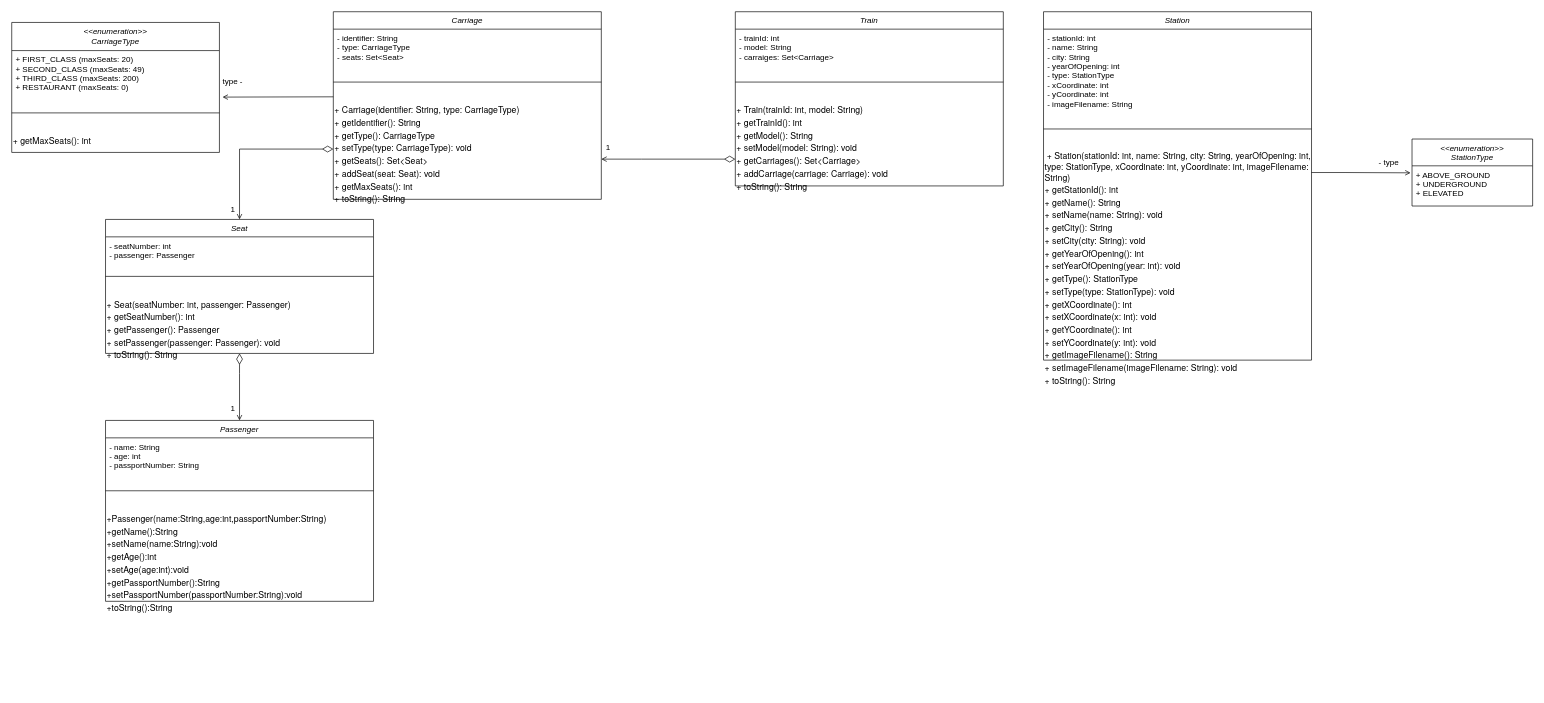
This is Untitled Diagram.drawio from hkulas/intro-to-github, a draw.io file, before an edit. Source tidied: cells renumbered, new cells numbered last; positions are measured from the earlier drawing's top-left corner, leaving out a move shared by most shapes. Both pictures are drawn from the tidied source at 67%, with x=0, y=0 at pixel (11, 11).
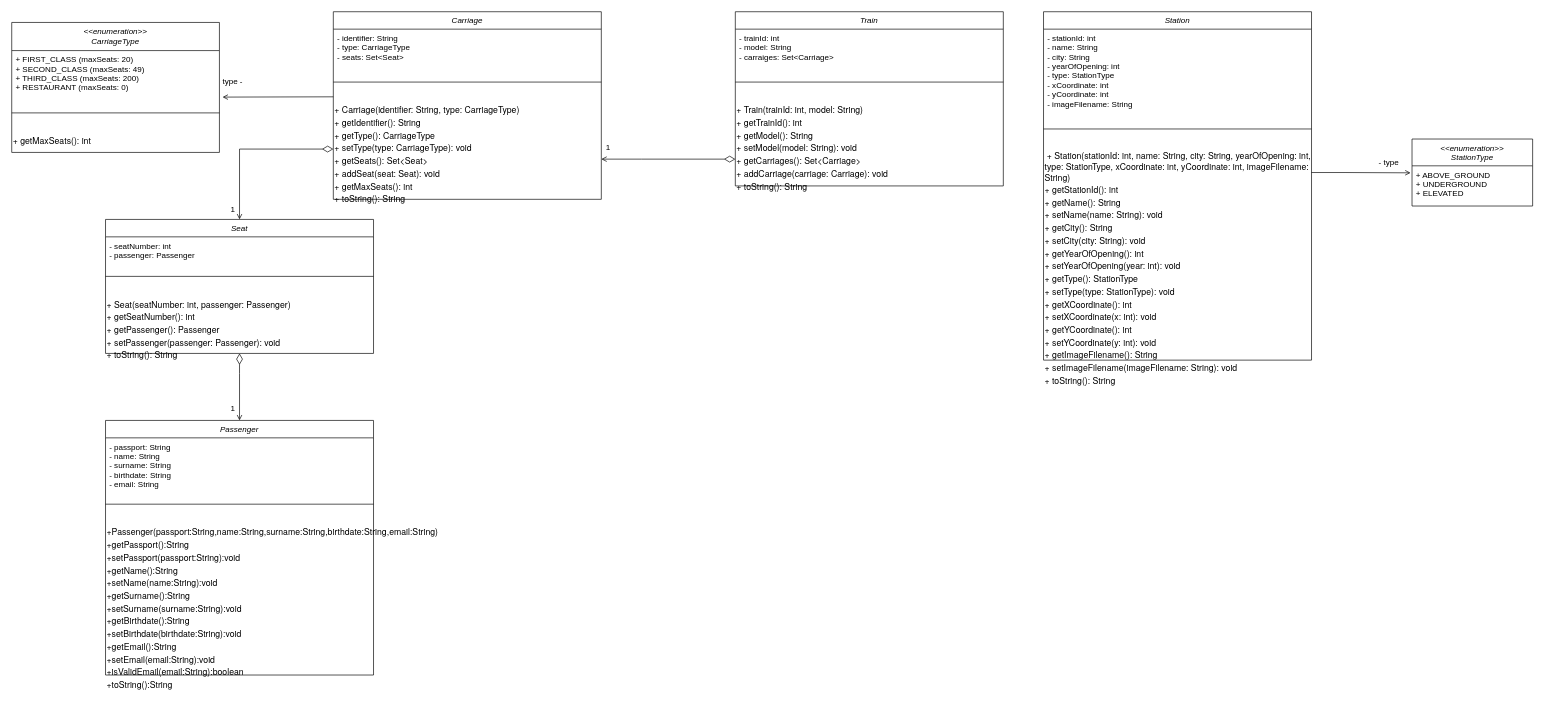
The same diagram, later.

The edit, as a diff of the source:
```diff
@@
     <mxCell id="33" value="Passenger" style="swimlane;fontStyle=2;align=center;verticalAlign=top;horizontal=1;startSize=26;rounded=0;shadow=0;strokeWidth=1;" parent="1" vertex="1">
-      <mxGeometry x="140" y="610" width="400" height="270" as="geometry" />
+      <mxGeometry x="140" y="610" width="400" height="380" as="geometry" />
     </mxCell>
-    <mxCell id="34" value="- name: String   &#10;- age: int   &#10;- passportNumber: String" style="text;align=left;verticalAlign=top;spacingLeft=4;spacingRight=4;overflow=hidden;" parent="33" vertex="1">
-      <mxGeometry y="26" width="400" height="54" as="geometry" />
+    <mxCell id="34" value="- passport: String   &#10;- name: String   &#10;- surname: String&#10;- birthdate: String&#10;- email: String" style="text;align=left;verticalAlign=top;spacingLeft=4;spacingRight=4;overflow=hidden;" parent="33" vertex="1">
+      <mxGeometry y="26" width="400" height="74" as="geometry" />
     </mxCell>
     <mxCell id="35" value="&lt;div style=&quot;forced-color-adjust: none; padding: 0px; margin: 0px;&quot;&gt;&lt;br style=&quot;forced-color-adjust: none; padding: 0px; margin: 0px; color: rgb(0, 0, 0); font-family: Helvetica; font-size: 12px; font-style: normal; font-variant-ligatures: normal; font-variant-caps: normal; font-weight: 400; letter-spacing: normal; orphans: 2; text-align: left; text-indent: 0px; text-transform: none; widows: 2; word-spacing: 0px; -webkit-text-stroke-width: 0px; white-space: nowrap; background-color: rgb(251, 251, 251); text-decoration-thickness: initial; text-decoration-style: initial; text-decoration-color: initial;&quot;&gt;&lt;/div&gt;" style="text;whiteSpace=wrap;html=1;" parent="33" vertex="1">
-      <mxGeometry y="80" width="400" as="geometry" />
+      <mxGeometry y="100" width="400" as="geometry" />
     </mxCell>
     <mxCell id="36" style="line;html=1;strokeWidth=1;align=left;verticalAlign=middle;spacingTop=-1;spacingLeft=3;spacingRight=3;labelPosition=right;" parent="33" vertex="1">
-      <mxGeometry y="80" width="400" height="50" as="geometry" />
+      <mxGeometry y="100" width="400" height="50" as="geometry" />
     </mxCell>
-    <mxCell id="37" value="&lt;p style=&quot;margin: 0px; font-variant-numeric: normal; font-variant-east-asian: normal; font-variant-alternates: normal; font-kerning: auto; font-optical-sizing: auto; font-feature-settings: normal; font-variation-settings: normal; font-variant-position: normal; font-stretch: normal; font-size: 13px; line-height: normal; font-family: &amp;quot;Helvetica Neue&amp;quot;;&quot; class=&quot;p1&quot;&gt;+Passenger(name:String,age:int,passportNumber:String)&lt;/p&gt;&lt;p style=&quot;margin: 0px; font-variant-numeric: normal; font-variant-east-asian: normal; font-variant-alternates: normal; font-kerning: auto; font-optical-sizing: auto; font-feature-settings: normal; font-variation-settings: normal; font-variant-position: normal; font-stretch: normal; font-size: 13px; line-height: normal; font-family: &amp;quot;Helvetica Neue&amp;quot;;&quot; class=&quot;p1&quot;&gt;+getName():String&lt;/p&gt;&lt;p style=&quot;margin: 0px; font-variant-numeric: normal; font-variant-east-asian: normal; font-variant-alternates: normal; font-kerning: auto; font-optical-sizing: auto; font-feature-settings: normal; font-variation-settings: normal; font-variant-position: normal; font-stretch: normal; font-size: 13px; line-height: normal; font-family: &amp;quot;Helvetica Neue&amp;quot;;&quot; class=&quot;p1&quot;&gt;+setName(name:String):void&lt;/p&gt;&lt;p style=&quot;margin: 0px; font-variant-numeric: normal; font-variant-east-asian: normal; font-variant-alternates: normal; font-kerning: auto; font-optical-sizing: auto; font-feature-settings: normal; font-variation-settings: normal; font-variant-position: normal; font-stretch: normal; font-size: 13px; line-height: normal; font-family: &amp;quot;Helvetica Neue&amp;quot;;&quot; class=&quot;p1&quot;&gt;+getAge():int&lt;/p&gt;&lt;p style=&quot;margin: 0px; font-variant-numeric: normal; font-variant-east-asian: normal; font-variant-alternates: normal; font-kerning: auto; font-optical-sizing: auto; font-feature-settings: normal; font-variation-settings: normal; font-variant-position: normal; font-stretch: normal; font-size: 13px; line-height: normal; font-family: &amp;quot;Helvetica Neue&amp;quot;;&quot; class=&quot;p1&quot;&gt;+setAge(age:int):void&lt;/p&gt;&lt;p style=&quot;margin: 0px; font-variant-numeric: normal; font-variant-east-asian: normal; font-variant-alternates: normal; font-kerning: auto; font-optical-sizing: auto; font-feature-settings: normal; font-variation-settings: normal; font-variant-position: normal; font-stretch: normal; font-size: 13px; line-height: normal; font-family: &amp;quot;Helvetica Neue&amp;quot;;&quot; class=&quot;p1&quot;&gt;+getPassportNumber():String&lt;/p&gt;&lt;p style=&quot;margin: 0px; font-variant-numeric: normal; font-variant-east-asian: normal; font-variant-alternates: normal; font-kerning: auto; font-optical-sizing: auto; font-feature-settings: normal; font-variation-settings: normal; font-variant-position: normal; font-stretch: normal; font-size: 13px; line-height: normal; font-family: &amp;quot;Helvetica Neue&amp;quot;;&quot; class=&quot;p1&quot;&gt;+setPassportNumber(passportNumber:String):void&lt;/p&gt;&lt;p style=&quot;margin: 0px; font-variant-numeric: normal; font-variant-east-asian: normal; font-variant-alternates: normal; font-kerning: auto; font-optical-sizing: auto; font-feature-settings: normal; font-variation-settings: normal; font-variant-position: normal; font-stretch: normal; font-size: 13px; line-height: normal; font-family: &amp;quot;Helvetica Neue&amp;quot;;&quot; class=&quot;p1&quot;&gt;+toString():String&lt;/p&gt;" style="text;whiteSpace=wrap;html=1;" parent="33" vertex="1">
-      <mxGeometry y="130" width="400" height="140" as="geometry" />
+    <mxCell id="37" value="&lt;p style=&quot;margin: 0px; font-variant-numeric: normal; font-variant-east-asian: normal; font-variant-alternates: normal; font-kerning: auto; font-optical-sizing: auto; font-feature-settings: normal; font-variation-settings: normal; font-variant-position: normal; font-stretch: normal; font-size: 13px; line-height: normal; font-family: &amp;quot;Helvetica Neue&amp;quot;;&quot; class=&quot;p1&quot;&gt;+Passenger(passport:String,name:String,surname:String,birthdate:String,email:String)&lt;/p&gt;&lt;p style=&quot;margin: 0px; font-variant-numeric: normal; font-variant-east-asian: normal; font-variant-alternates: normal; font-kerning: auto; font-optical-sizing: auto; font-feature-settings: normal; font-variation-settings: normal; font-variant-position: normal; font-stretch: normal; font-size: 13px; line-height: normal; font-family: &amp;quot;Helvetica Neue&amp;quot;;&quot; class=&quot;p1&quot;&gt;+getPassport():String&lt;/p&gt;&lt;p style=&quot;margin: 0px; font-variant-numeric: normal; font-variant-east-asian: normal; font-variant-alternates: normal; font-kerning: auto; font-optical-sizing: auto; font-feature-settings: normal; font-variation-settings: normal; font-variant-position: normal; font-stretch: normal; font-size: 13px; line-height: normal; font-family: &amp;quot;Helvetica Neue&amp;quot;;&quot; class=&quot;p1&quot;&gt;+setPassport(passport:String):void&lt;/p&gt;&lt;p style=&quot;margin: 0px; font-variant-numeric: normal; font-variant-east-asian: normal; font-variant-alternates: normal; font-kerning: auto; font-optical-sizing: auto; font-feature-settings: normal; font-variation-settings: normal; font-variant-position: normal; font-stretch: normal; font-size: 13px; line-height: normal; font-family: &amp;quot;Helvetica Neue&amp;quot;;&quot; class=&quot;p1&quot;&gt;+getName():String&lt;/p&gt;&lt;p style=&quot;margin: 0px; font-variant-numeric: normal; font-variant-east-asian: normal; font-variant-alternates: normal; font-kerning: auto; font-optical-sizing: auto; font-feature-settings: normal; font-variation-settings: normal; font-variant-position: normal; font-stretch: normal; font-size: 13px; line-height: normal; font-family: &amp;quot;Helvetica Neue&amp;quot;;&quot; class=&quot;p1&quot;&gt;+setName(name:String):void&lt;/p&gt;&lt;p style=&quot;margin: 0px; font-variant-numeric: normal; font-variant-east-asian: normal; font-variant-alternates: normal; font-kerning: auto; font-optical-sizing: auto; font-feature-settings: normal; font-variation-settings: normal; font-variant-position: normal; font-stretch: normal; font-size: 13px; line-height: normal; font-family: &amp;quot;Helvetica Neue&amp;quot;;&quot; class=&quot;p1&quot;&gt;+getSurname():String&lt;/p&gt;&lt;p style=&quot;margin: 0px; font-variant-numeric: normal; font-variant-east-asian: normal; font-variant-alternates: normal; font-kerning: auto; font-optical-sizing: auto; font-feature-settings: normal; font-variation-settings: normal; font-variant-position: normal; font-stretch: normal; font-size: 13px; line-height: normal; font-family: &amp;quot;Helvetica Neue&amp;quot;;&quot; class=&quot;p1&quot;&gt;+setSurname(surname:String):void&lt;/p&gt;&lt;p style=&quot;margin: 0px; font-variant-numeric: normal; font-variant-east-asian: normal; font-variant-alternates: normal; font-kerning: auto; font-optical-sizing: auto; font-feature-settings: normal; font-variation-settings: normal; font-variant-position: normal; font-stretch: normal; font-size: 13px; line-height: normal; font-family: &amp;quot;Helvetica Neue&amp;quot;;&quot; class=&quot;p1&quot;&gt;+getBirthdate():String&lt;/p&gt;&lt;p style=&quot;margin: 0px; font-variant-numeric: normal; font-variant-east-asian: normal; font-variant-alternates: normal; font-kerning: auto; font-optical-sizing: auto; font-feature-settings: normal; font-variation-settings: normal; font-variant-position: normal; font-stretch: normal; font-size: 13px; line-height: normal; font-family: &amp;quot;Helvetica Neue&amp;quot;;&quot; class=&quot;p1&quot;&gt;+setBirthdate(birthdate:String):void&lt;/p&gt;&lt;p style=&quot;margin: 0px; font-variant-numeric: normal; font-variant-east-asian: normal; font-variant-alternates: normal; font-kerning: auto; font-optical-sizing: auto; font-feature-settings: normal; font-variation-settings: normal; font-variant-position: normal; font-stretch: normal; font-size: 13px; line-height: normal; font-family: &amp;quot;Helvetica Neue&amp;quot;;&quot; class=&quot;p1&quot;&gt;+getEmail():String&lt;/p&gt;&lt;p style=&quot;margin: 0px; font-variant-numeric: normal; font-variant-east-asian: normal; font-variant-alternates: normal; font-kerning: auto; font-optical-sizing: auto; font-feature-settings: normal; font-variation-settings: normal; font-variant-position: normal; font-stretch: normal; font-size: 13px; line-height: normal; font-family: &amp;quot;Helvetica Neue&amp;quot;;&quot; class=&quot;p1&quot;&gt;+setEmail(email:String):void&lt;/p&gt;&lt;p style=&quot;margin: 0px; font-variant-numeric: normal; font-variant-east-asian: normal; font-variant-alternates: normal; font-kerning: auto; font-optical-sizing: auto; font-feature-settings: normal; font-variation-settings: normal; font-variant-position: normal; font-stretch: normal; font-size: 13px; line-height: normal; font-family: &amp;quot;Helvetica Neue&amp;quot;;&quot; class=&quot;p1&quot;&gt;+isValidEmail(email:String):boolean&lt;/p&gt;&lt;p style=&quot;margin: 0px; font-variant-numeric: normal; font-variant-east-asian: normal; font-variant-alternates: normal; font-kerning: auto; font-optical-sizing: auto; font-feature-settings: normal; font-variation-settings: normal; font-variant-position: normal; font-stretch: normal; font-size: 13px; line-height: normal; font-family: &amp;quot;Helvetica Neue&amp;quot;;&quot; class=&quot;p1&quot;&gt;+toString():String&lt;/p&gt;" style="text;whiteSpace=wrap;html=1;" parent="33" vertex="1">
+      <mxGeometry y="150" width="400" height="230" as="geometry" />
     </mxCell>
```
